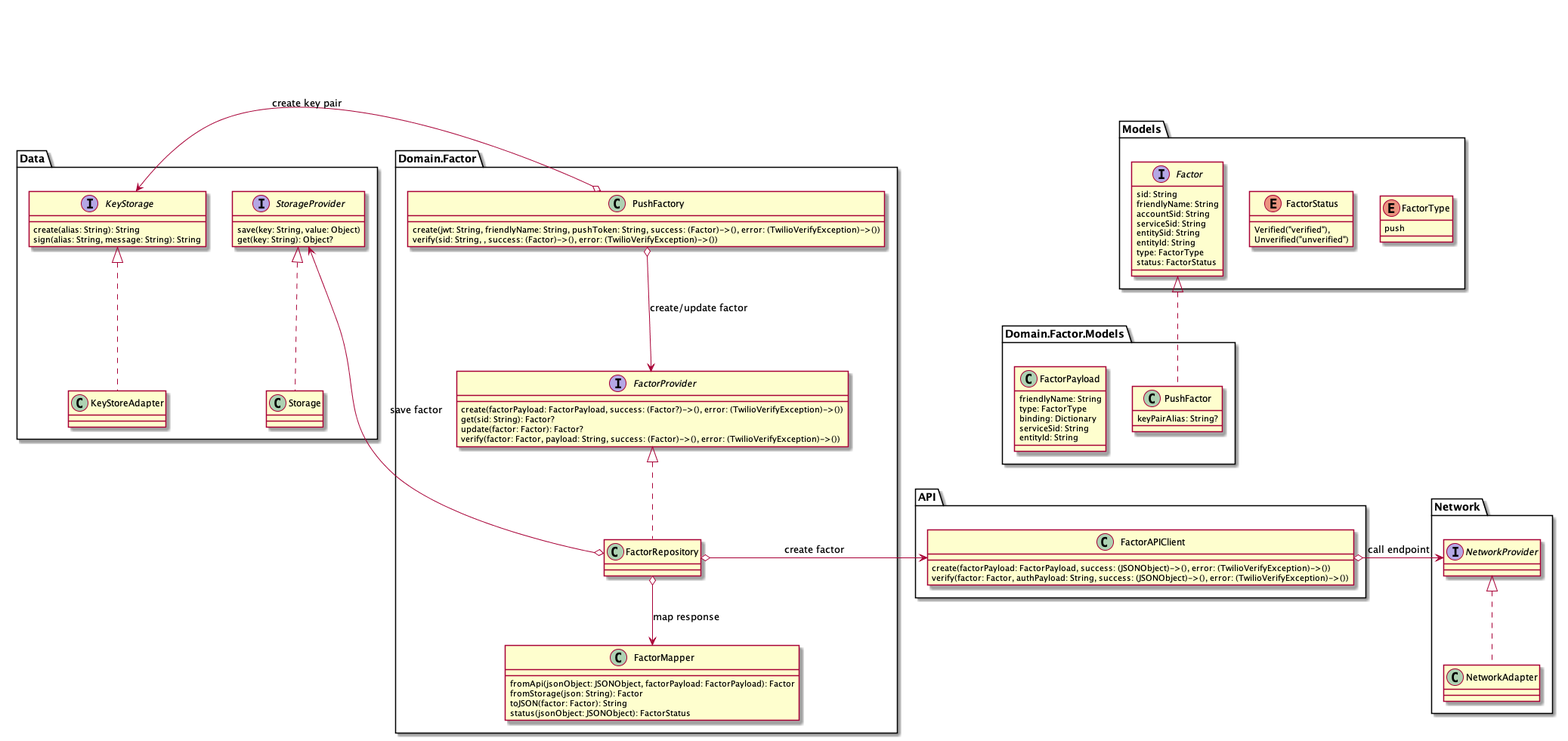
The PlantUML diagram diagrams/CreatePushFactor/Create push factor.png in twilio/twilio-verify-android, before a commit.
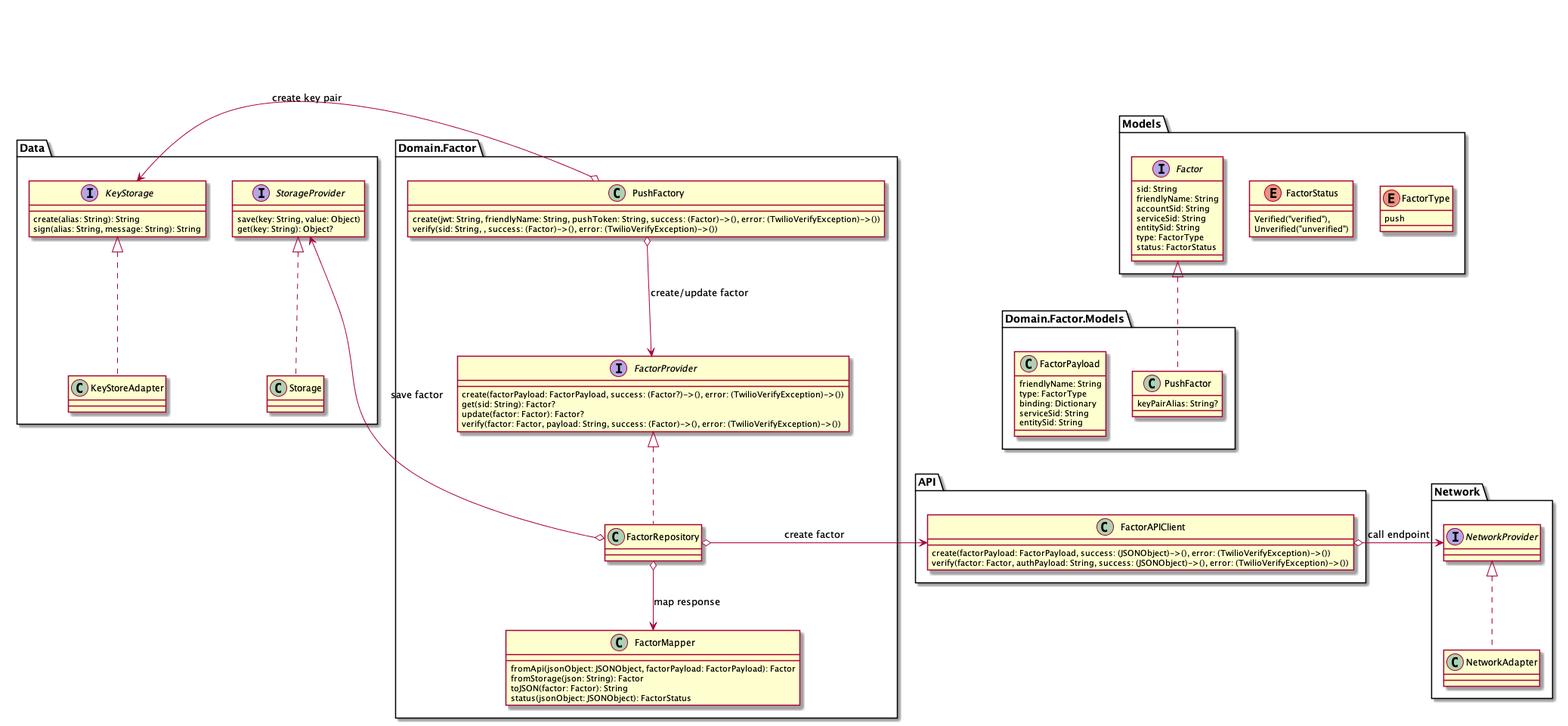
Later version of the same file.

Change to the diagram source:
```diff
@@ -12,7 +12,6 @@
     accountSid: String
     serviceSid: String
     entitySid: String
-    entityId: String
     type: FactorType
     status: FactorStatus
 }
@@ -24,7 +23,7 @@
     type: FactorType
     binding: Dictionary
     serviceSid: String
-    entityId: String
+    entitySid: String
 }
 class Domain.Factor.FactorMapper {
     fromApi(jsonObject: JSONObject, factorPayload: FactorPayload): Factor
```
